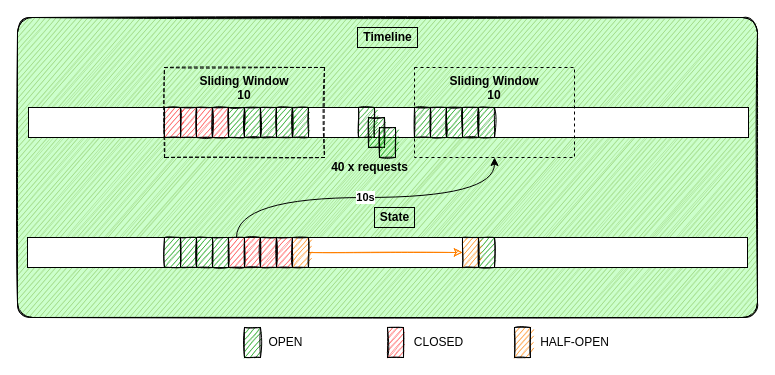
jesperancinha/advanced-library-management keeps this draw.io diagram as docs/draw.io/article.almg1.drawio. Above is the earlier version. Source tidied: cells renumbered, new cells numbered last; positions are measured from the earlier drawing's top-left corner, leaving out a move shared by most shapes. Both pictures are drawn from the tidied source at 100%, with x=0, y=0 at pixel (17, 17).
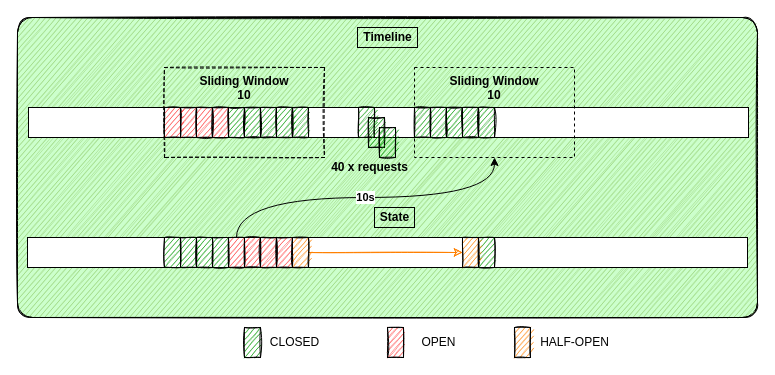
After the change.

What changed in the source:
```diff
@@
-    <mxCell id="44" value="OPEN" style="text;html=1;align=center;verticalAlign=middle;strokeColor=none;fillColor=none;" parent="1" vertex="1">
-      <mxGeometry x="243" y="315" width="50" height="20" as="geometry" />
+    <mxCell id="44" value="CLOSED" style="text;html=1;align=center;verticalAlign=middle;strokeColor=none;fillColor=none;" parent="1" vertex="1">
+      <mxGeometry x="247" y="315" width="60" height="20" as="geometry" />
     </mxCell>
-    <mxCell id="45" value="CLOSED" style="text;html=1;align=center;verticalAlign=middle;strokeColor=none;fillColor=none;" parent="1" vertex="1">
-      <mxGeometry x="391" y="315" width="60" height="20" as="geometry" />
+    <mxCell id="45" value="OPEN" style="text;html=1;align=center;verticalAlign=middle;strokeColor=none;fillColor=none;" parent="1" vertex="1">
+      <mxGeometry x="396" y="315" width="50" height="20" as="geometry" />
     </mxCell>
```
